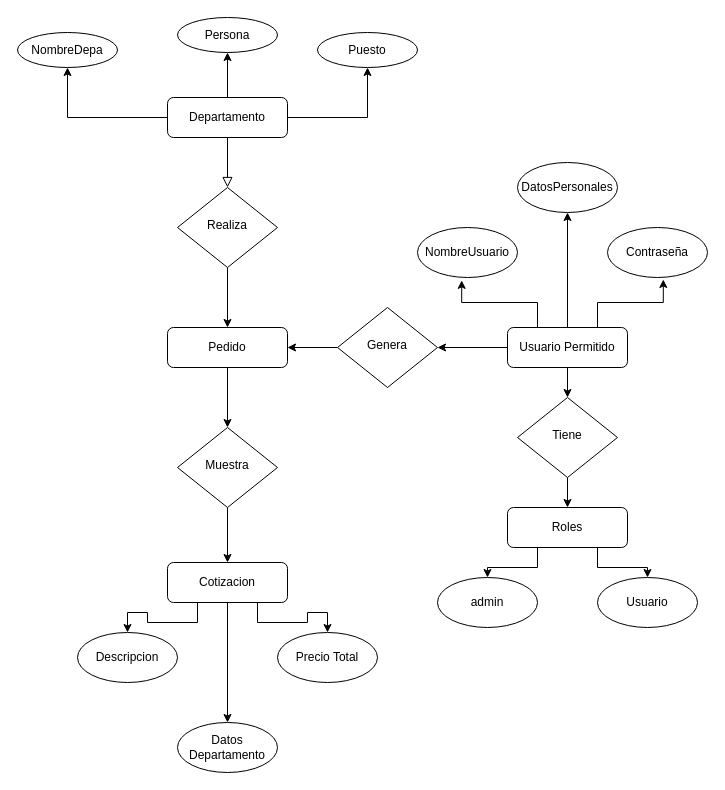
Earlier version of the draw.io diagram Untitled Diagram.drawio (JorgeJr1904/appCotizacionBack). Source tidied: cells renumbered, new cells numbered last; positions are measured from the earlier drawing's top-left corner, leaving out a move shared by most shapes. Both pictures are drawn from the tidied source at 100%, with x=0, y=0 at pixel (17, 17).
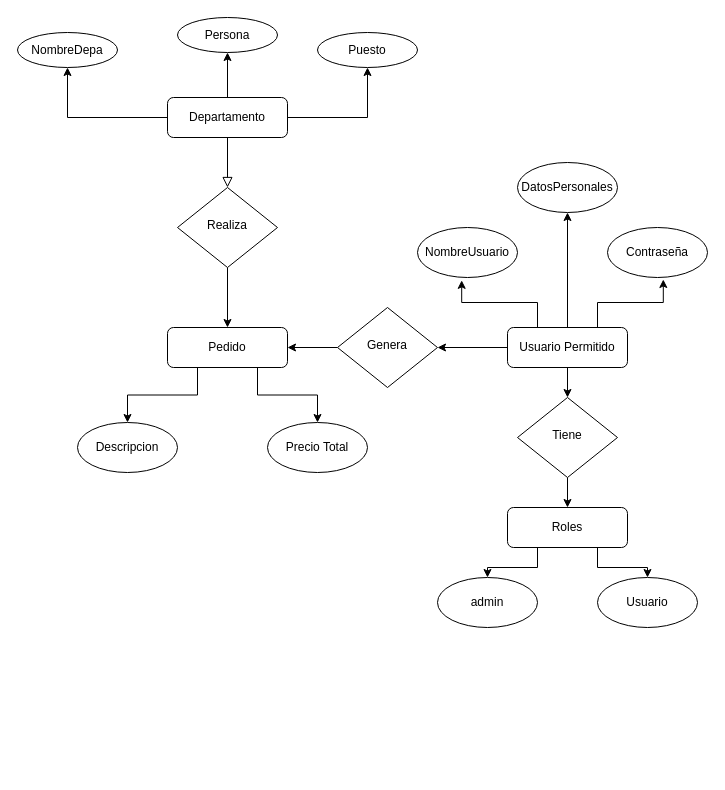
After the change.

Unchanged cells that the change refers to:
```xml
<mxCell id="16" value="Pedido" style="rounded=1;whiteSpace=wrap;html=1;fontSize=12;glass=0;strokeWidth=1;shadow=0;" parent="1" vertex="1">
  <mxGeometry x="150" y="310" width="120" height="40" as="geometry" />
</mxCell>
```

Change to the diagram source:
```diff
@@
-    <mxCell id="9" style="edgeStyle=orthogonalEdgeStyle;rounded=0;jettySize=auto;html=1;exitX=0.25;exitY=1;exitDx=0;exitDy=0;entryX=0.5;entryY=0;entryDx=0;entryDy=0;" parent="1" edge="1" source="12" target="38">
+    <mxCell id="9" style="edgeStyle=orthogonalEdgeStyle;rounded=0;jettySize=auto;html=1;exitX=0.25;exitY=1;exitDx=0;exitDy=0;entryX=0.5;entryY=0;entryDx=0;entryDy=0;" parent="1" edge="1" source="16" target="38">
       <mxGeometry relative="1" as="geometry" />
     </mxCell>
-    <mxCell id="10" style="edgeStyle=orthogonalEdgeStyle;rounded=0;jettySize=auto;html=1;exitX=0.75;exitY=1;exitDx=0;exitDy=0;entryX=0.5;entryY=0;entryDx=0;entryDy=0;" parent="1" edge="1" source="12" target="40">
+    <mxCell id="10" style="edgeStyle=orthogonalEdgeStyle;rounded=0;jettySize=auto;html=1;exitX=0.75;exitY=1;exitDx=0;exitDy=0;entryX=0.5;entryY=0;entryDx=0;entryDy=0;" parent="1" edge="1" source="16" target="40">
       <mxGeometry relative="1" as="geometry" />
     </mxCell>
-    <mxCell id="11" style="edgeStyle=orthogonalEdgeStyle;rounded=0;jettySize=auto;html=1;exitX=0.5;exitY=1;exitDx=0;exitDy=0;entryX=0.5;entryY=0;entryDx=0;entryDy=0;" parent="1" edge="1" source="12" target="39">
-      <mxGeometry relative="1" as="geometry" />
-    </mxCell>
-    <mxCell id="12" value="Cotizacion" style="rounded=1;whiteSpace=wrap;html=1;fontSize=12;glass=0;strokeWidth=1;shadow=0;" parent="1" vertex="1">
-      <mxGeometry x="150" y="545" width="120" height="40" as="geometry" />
-    </mxCell>
-    <mxCell id="13" style="edgeStyle=orthogonalEdgeStyle;rounded=0;jettySize=auto;html=1;" parent="1" edge="1" source="14" target="12">
-      <mxGeometry relative="1" as="geometry" />
-    </mxCell>
-    <mxCell id="14" value="Muestra" style="rhombus;whiteSpace=wrap;html=1;shadow=0;fontFamily=Helvetica;fontSize=12;align=center;strokeWidth=1;spacing=6;spacingTop=-4;" parent="1" vertex="1">
-      <mxGeometry x="160" y="410" width="100" height="80" as="geometry" />
-    </mxCell>
-    <mxCell id="15" style="edgeStyle=orthogonalEdgeStyle;rounded=0;jettySize=auto;html=1;" parent="1" edge="1" source="16" target="14">
-      <mxGeometry relative="1" as="geometry" />
-    </mxCell>
@@
     <mxCell id="38" value="Descripcion" style="ellipse;whiteSpace=wrap;html=1;" parent="1" vertex="1">
-      <mxGeometry x="60" y="615" width="100" height="50" as="geometry" />
+      <mxGeometry x="60" y="405" width="100" height="50" as="geometry" />
     </mxCell>
-    <mxCell id="39" value="Datos Departamento" style="ellipse;whiteSpace=wrap;html=1;" parent="1" vertex="1">
-      <mxGeometry x="160" y="705" width="100" height="50" as="geometry" />
-    </mxCell>
     <mxCell id="40" value="Precio Total" style="ellipse;whiteSpace=wrap;html=1;" parent="1" vertex="1">
-      <mxGeometry x="260" y="615" width="100" height="50" as="geometry" />
+      <mxGeometry x="250" y="405" width="100" height="50" as="geometry" />
     </mxCell>
```
